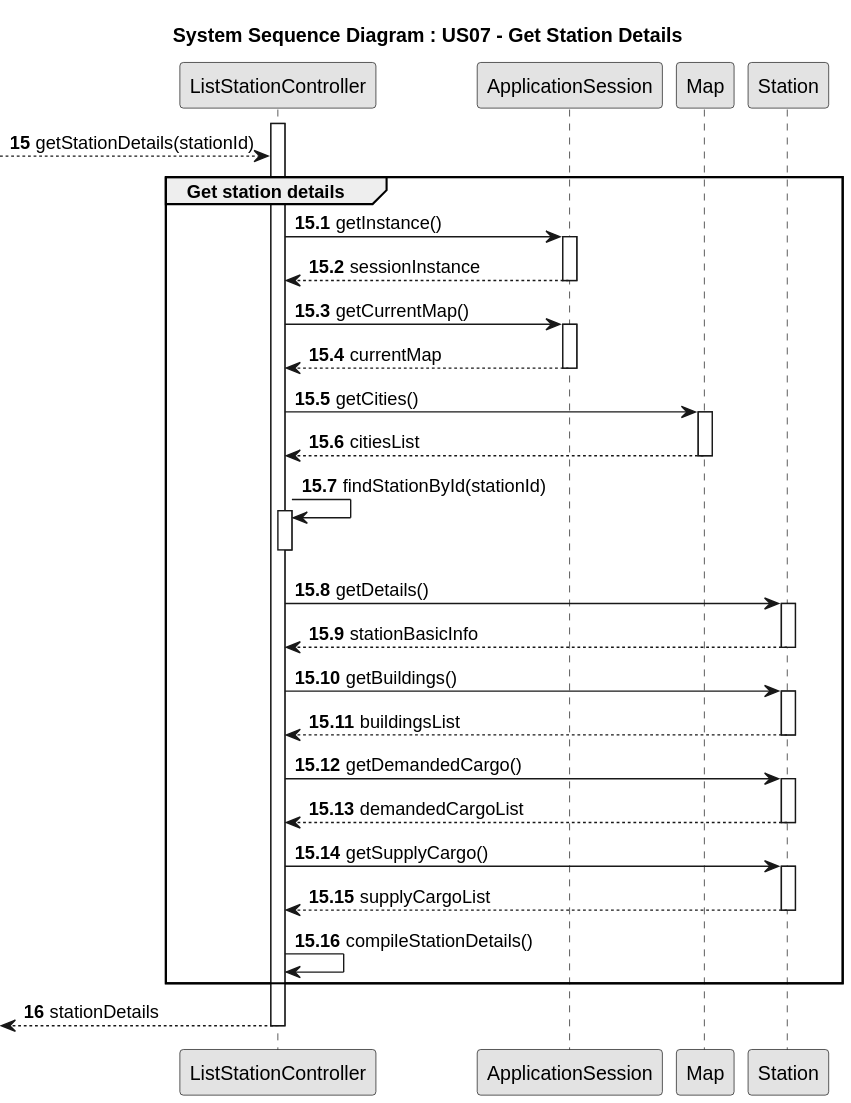
Earlier version of the PlantUML export docs/system-documentation/Sprint 3/US07/03.design/svg/US07-SD-get-station-details.svg (HenriqueSilva18/Railway-Network-Simulator). Its diagram source:
```plantuml
@startuml
skinparam monochrome true
skinparam packageStyle rectangle
skinparam shadowing false
autonumber

title System Sequence Diagram : US07 - Get Station Details

participant ListStationController
participant ApplicationSession
participant Map
participant Station

activate ListStationController

autonumber 15
--> ListStationController: getStationDetails(stationId)
group Get station details
    autonumber 15.1
  ListStationController -> ApplicationSession : getInstance()
  activate ApplicationSession
  ApplicationSession --> ListStationController : sessionInstance
  deactivate ApplicationSession

  ListStationController -> ApplicationSession : getCurrentMap()
  activate ApplicationSession
  ApplicationSession --> ListStationController : currentMap
  deactivate ApplicationSession

  ListStationController -> Map : getCities()
  activate Map
  Map --> ListStationController : citiesList
  deactivate Map

  ListStationController -> ListStationController : findStationById(stationId)
  activate ListStationController
  deactivate ListStationController

  ListStationController -> Station : getDetails()
  activate Station
  Station --> ListStationController : stationBasicInfo
  deactivate Station

  ListStationController -> Station : getBuildings()
  activate Station
  Station --> ListStationController : buildingsList
  deactivate Station

  ListStationController -> Station : getDemandedCargo()
  activate Station
  Station --> ListStationController : demandedCargoList
  deactivate Station

  ListStationController -> Station : getSupplyCargo()
  activate Station
  Station --> ListStationController : supplyCargoList
  deactivate Station

  ListStationController -> ListStationController : compileStationDetails()
end

autonumber 16

<-- ListStationController: stationDetails

deactivate ListStationController
@enduml
```
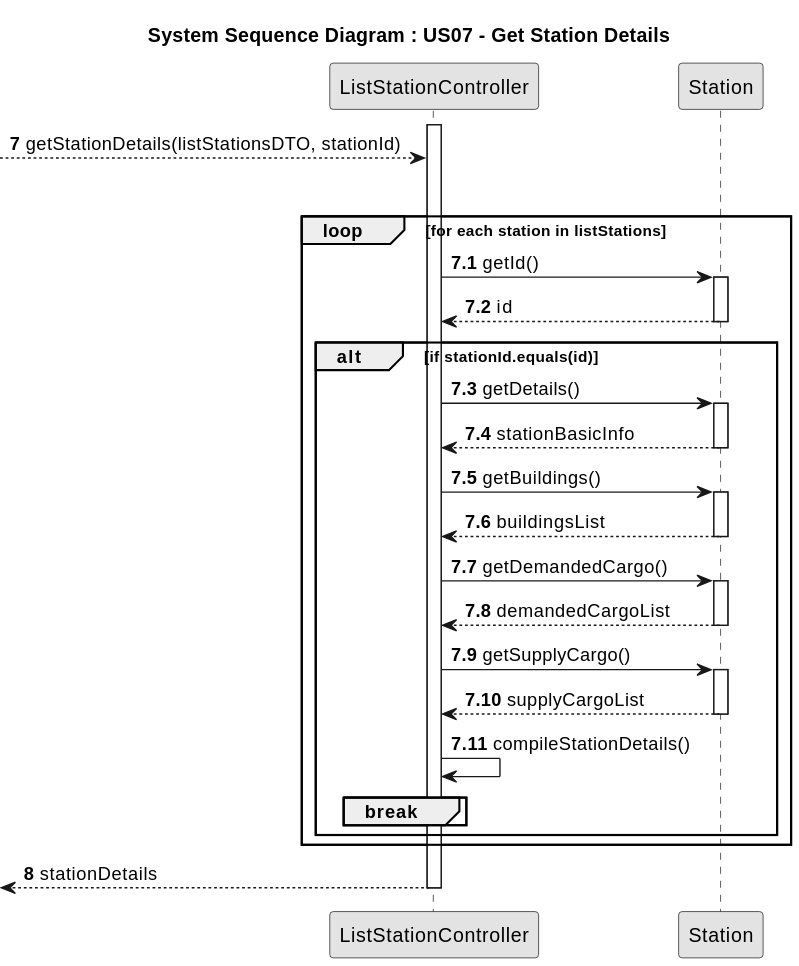
After the commit.

Diff of the diagram source:
```diff
@@ -7,59 +7,49 @@
 title System Sequence Diagram : US07 - Get Station Details
 
 participant ListStationController
-participant ApplicationSession
-participant Map
 participant Station
 
 activate ListStationController
 
-autonumber 15
---> ListStationController: getStationDetails(stationId)
+autonumber 7
+--> ListStationController: getStationDetails(listStationsDTO, stationId)
 group Get station details
-    autonumber 15.1
-  ListStationController -> ApplicationSession : getInstance()
-  activate ApplicationSession
-  ApplicationSession --> ListStationController : sessionInstance
-  deactivate ApplicationSession
+    autonumber 7.1
+    loop for each station in listStations
+        ListStationController -> Station: getId()
+        activate Station
+        Station --> ListStationController: id
+        deactivate Station
 
-  ListStationController -> ApplicationSession : getCurrentMap()
-  activate ApplicationSession
-  ApplicationSession --> ListStationController : currentMap
-  deactivate ApplicationSession
+        alt if stationId.equals(id)
+            ListStationController -> Station : getDetails()
+              activate Station
+              Station --> ListStationController : stationBasicInfo
+              deactivate Station
 
-  ListStationController -> Map : getCities()
-  activate Map
-  Map --> ListStationController : citiesList
-  deactivate Map
+              ListStationController -> Station : getBuildings()
+              activate Station
+              Station --> ListStationController : buildingsList
+              deactivate Station
 
-  ListStationController -> ListStationController : findStationById(stationId)
-  activate ListStationController
-  deactivate ListStationController
+              ListStationController -> Station : getDemandedCargo()
+              activate Station
+              Station --> ListStationController : demandedCargoList
+              deactivate Station
 
-  ListStationController -> Station : getDetails()
-  activate Station
-  Station --> ListStationController : stationBasicInfo
-  deactivate Station
+              ListStationController -> Station : getSupplyCargo()
+              activate Station
+              Station --> ListStationController : supplyCargoList
+              deactivate Station
 
-  ListStationController -> Station : getBuildings()
-  activate Station
-  Station --> ListStationController : buildingsList
-  deactivate Station
+              ListStationController -> ListStationController : compileStationDetails()
 
-  ListStationController -> Station : getDemandedCargo()
-  activate Station
-  Station --> ListStationController : demandedCargoList
-  deactivate Station
-
-  ListStationController -> Station : getSupplyCargo()
-  activate Station
-  Station --> ListStationController : supplyCargoList
-  deactivate Station
-
-  ListStationController -> ListStationController : compileStationDetails()
+            break
+        end
+    end
 end
 
-autonumber 16
+autonumber 8
 
 <-- ListStationController: stationDetails
 
```
